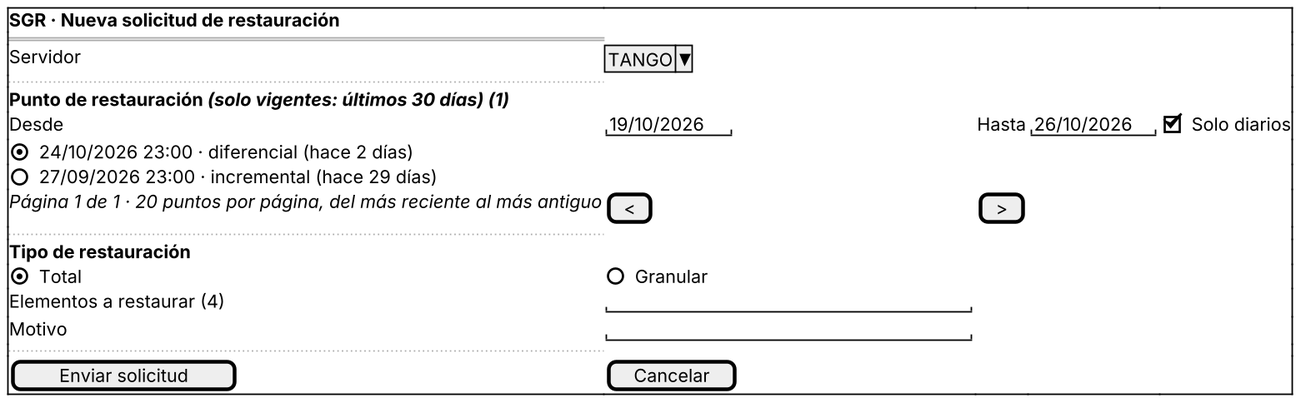
This is prototipo/HU-014-p1-solicitud.png from Julito-Art/ModelacionGruipo17, a PlantUML export, as it was before one commit.
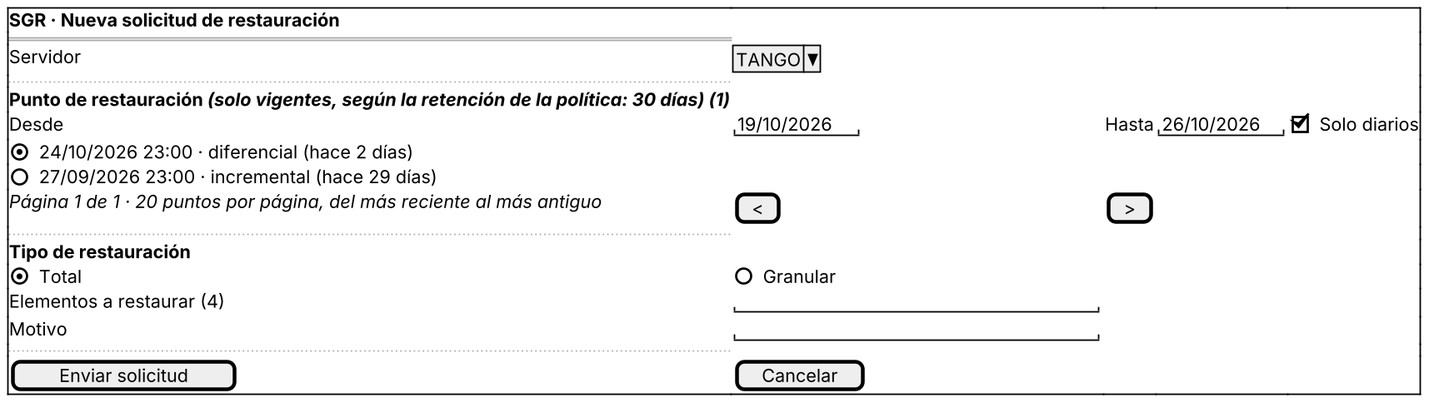
Later version of the same file.

The edit, as a diff of the source:
```diff
@@ -5,7 +5,7 @@
 ==
 Servidor | ^TANGO^
 ..
-<b>Punto de restauración <i>(solo vigentes: últimos 30 días) (1)
+<b>Punto de restauración <i>(solo vigentes, según la retención de la política: 30 días) (1)
 Desde | "19/10/2026" | Hasta | "26/10/2026" | [X] Solo diarios
 (X) 24/10/2026 23:00 · diferencial (hace 2 días)
 ( ) 27/09/2026 23:00 · incremental (hace 29 días)
```
